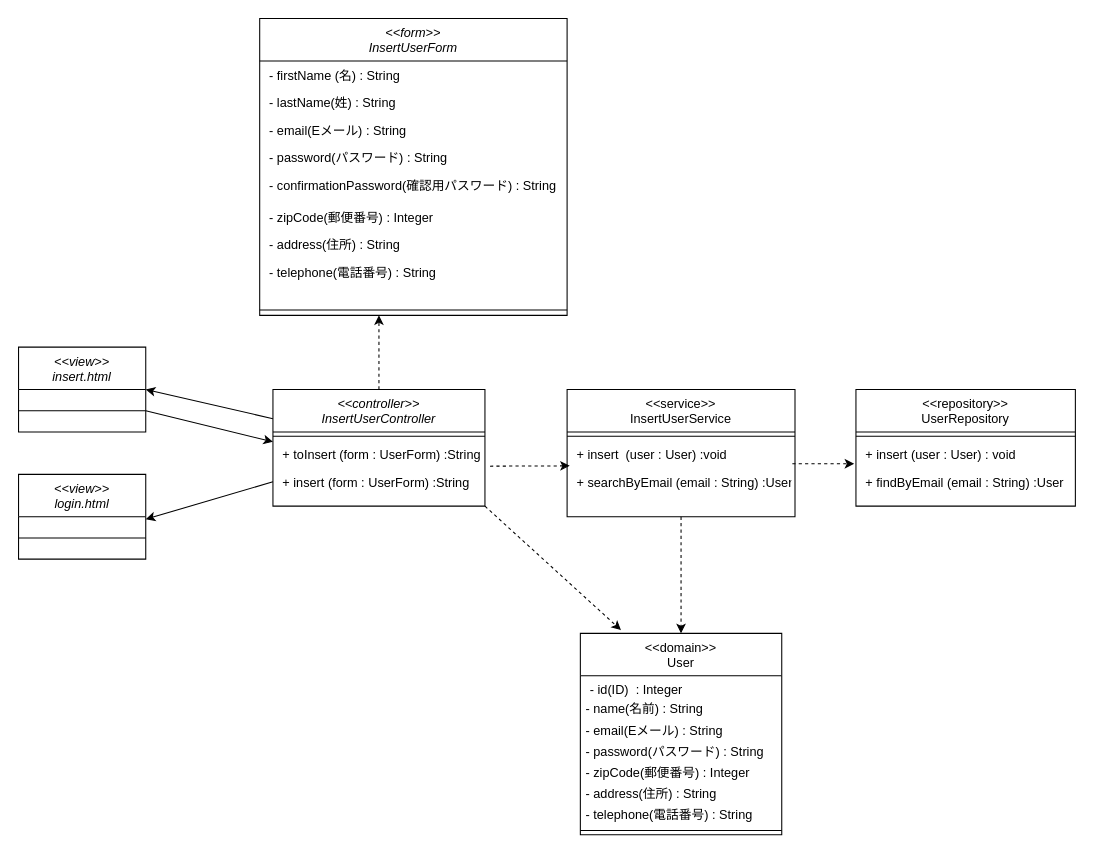
The draw.io diagram document/クラス図/1-1.ユーザを登録する(初級) .drawio in Yoshiki-Jin/ecsite-kumazawa_MySQL, before the edit. Source tidied: cells renumbered, new cells numbered last; positions are measured from the earlier drawing's top-left corner, leaving out a move shared by most shapes. Both pictures are drawn from the tidied source at 106%, with x=0, y=0 at pixel (18, 18).
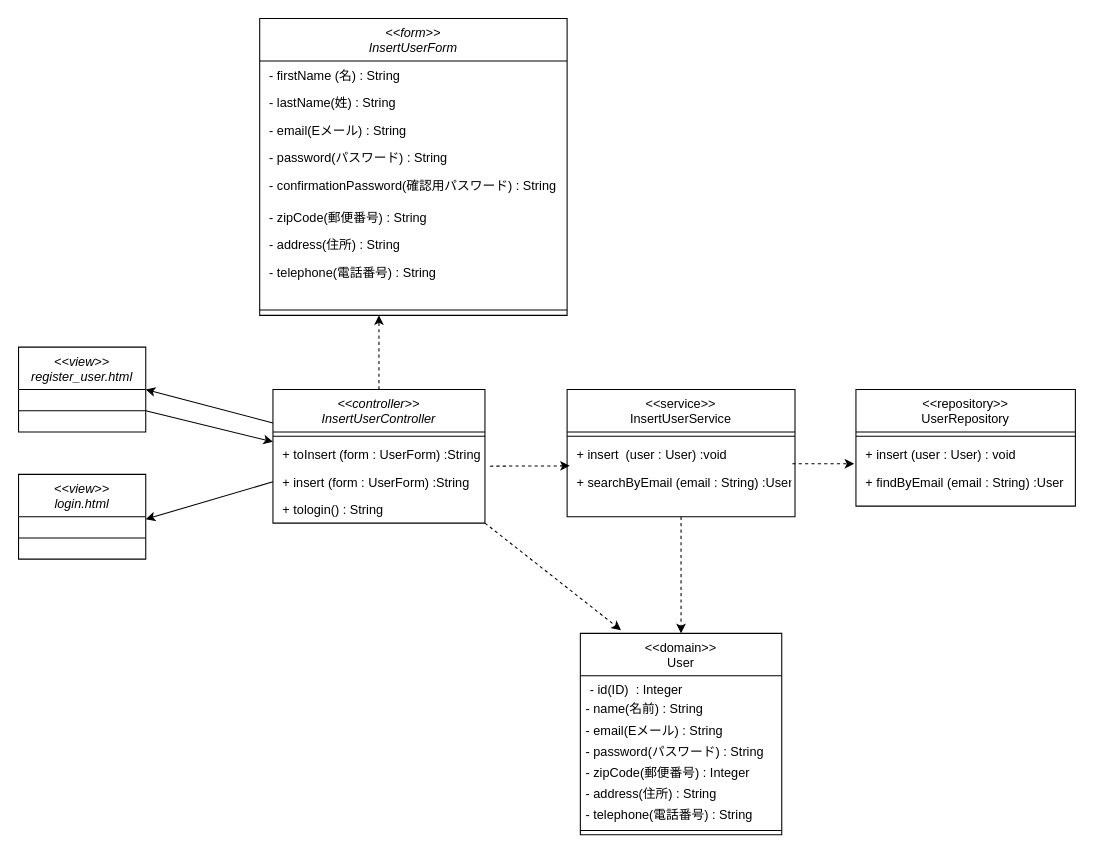
Above is the later version.

Commit message (it also covers changes not shown here):
クラス図とSQL文の格納

The change refers to these unchanged cells:
```xml
<mxCell id="27" value="&lt;&lt;form&gt;&gt;&#10;InsertUserForm" style="swimlane;fontStyle=2;align=center;verticalAlign=top;horizontal=1;startSize=40;rounded=0;shadow=0;strokeWidth=1;" parent="1" vertex="1">
  <mxGeometry x="227.5" width="290" height="280" as="geometry" />
</mxCell>
```

Change to the diagram source:
```diff
@@
     <mxCell id="4" value="&lt;&lt;controller&gt;&gt;&#10;InsertUserController" style="swimlane;fontStyle=2;align=center;verticalAlign=top;horizontal=1;startSize=40;rounded=0;shadow=0;strokeWidth=1;" parent="1" vertex="1">
-      <mxGeometry x="240" y="350" width="200" height="110" as="geometry" />
+      <mxGeometry x="240" y="350" width="200" height="126" as="geometry" />
     </mxCell>
@@
+    <mxCell id="46" value=" + tologin() : String" style="text;align=left;verticalAlign=top;spacingLeft=4;spacingRight=4;overflow=hidden;" parent="4" vertex="1">
+      <mxGeometry y="100" width="200" height="26" as="geometry" />
+    </mxCell>
@@
-    <mxCell id="33" value=" - zipCode(郵便番号) : Integer" style="text;align=left;verticalAlign=top;spacingLeft=4;spacingRight=4;overflow=hidden;" parent="27" vertex="1">
+    <mxCell id="33" value=" - zipCode(郵便番号) : String" style="text;align=left;verticalAlign=top;spacingLeft=4;spacingRight=4;overflow=hidden;" parent="27" vertex="1">
       <mxGeometry y="174" width="290" height="26" as="geometry" />
     </mxCell>
@@
-    <mxCell id="41" value="&lt;&lt;view&gt;&gt;&#10;insert.html" style="swimlane;fontStyle=2;align=center;verticalAlign=top;horizontal=1;startSize=40;rounded=0;shadow=0;strokeWidth=1;" parent="1" vertex="1">
+    <mxCell id="41" value="&lt;&lt;view&gt;&gt;&#10;register_user.html" style="swimlane;fontStyle=2;align=center;verticalAlign=top;horizontal=1;startSize=40;rounded=0;shadow=0;strokeWidth=1;" parent="1" vertex="1">
       <mxGeometry y="310" width="120" height="80" as="geometry" />
     </mxCell>
```
